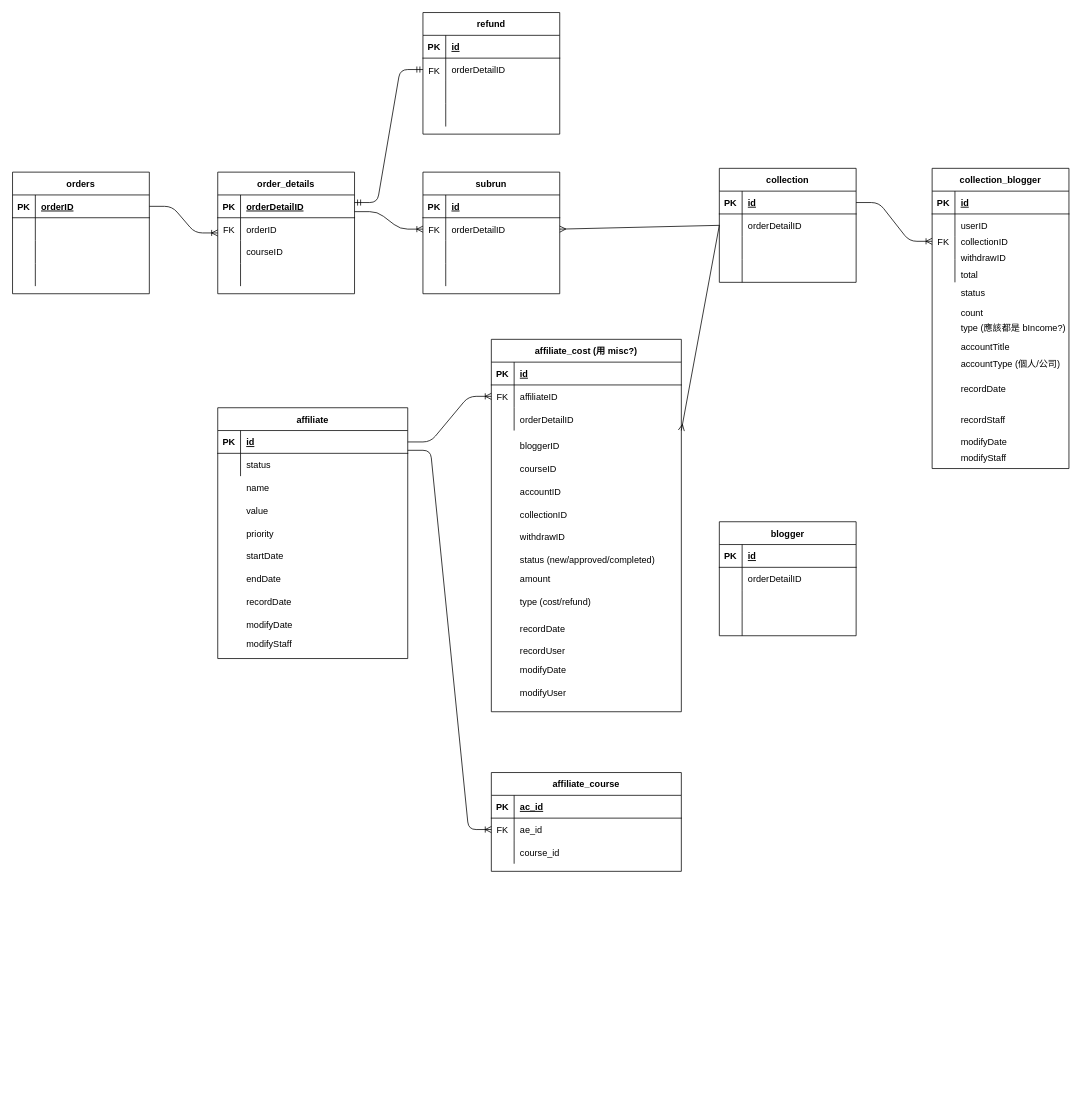
Earlier version of the draw.io diagram affiliate_ERD.drawio (BenmrChen/Draw.io). Source tidied: cells renumbered, new cells numbered last; positions are measured from the earlier drawing's top-left corner, leaving out a move shared by most shapes. Both pictures are drawn from the tidied source at 76%, with x=0, y=0 at pixel (12, 12).
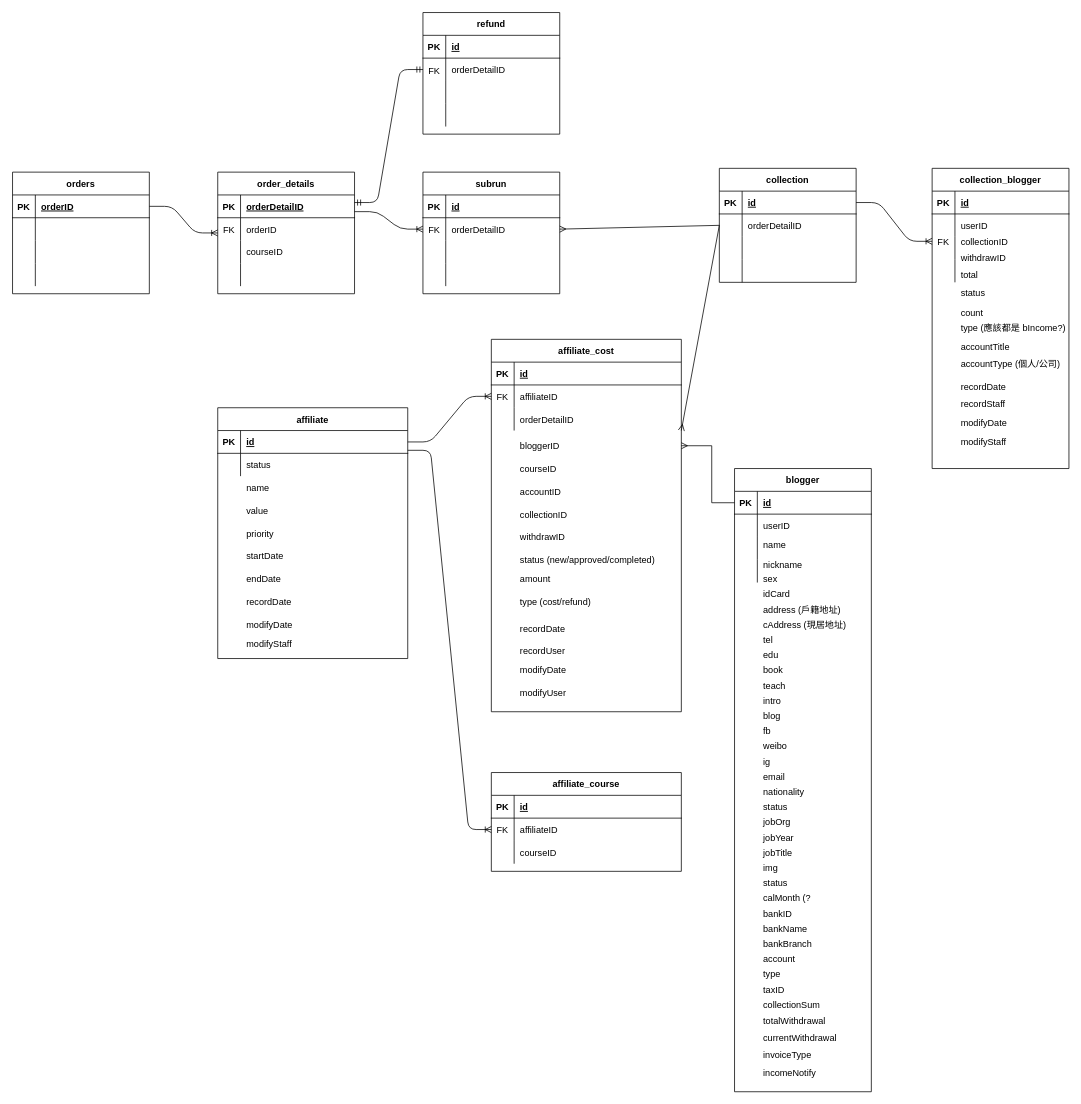
The same page after the edit.

The change refers to these unchanged cells:
```xml
<mxCell id="115" style="shape=partialRectangle;fillColor=none;top=0;left=0;right=0;bottom=1;" parent="114" vertex="1">
  <mxGeometry y="30" width="250" height="30" as="geometry" />
</mxCell>
<mxCell id="118" style="shape=partialRectangle;fillColor=none;points=[[0,0.5],[1,0.5]];portConstraint=eastwest;top=0;left=0;right=0;bottom=0;" parent="114" vertex="1">
  <mxGeometry y="60" width="250" height="30" as="geometry" />
</mxCell>
<mxCell id="121" style="shape=partialRectangle;fillColor=none;top=0;left=0;right=0;bottom=0;" parent="114" vertex="1">
  <mxGeometry y="90" width="250" height="30" as="geometry" />
</mxCell>
```

What changed in the source:
```diff
@@
-    <mxCell id="77" value="affiliate_cost (用 misc?)" style="shape=table;startSize=30;childLayout=tableLayout;rowLines=0;fontStyle=1;align=center;" parent="1" vertex="1">
+    <mxCell id="77" value="affiliate_cost" style="shape=table;startSize=30;childLayout=tableLayout;rowLines=0;fontStyle=1;align=center;" parent="1" vertex="1">
       <mxGeometry x="630" y="430" width="250" height="490" as="geometry" />
     </mxCell>
@@
-    <mxCell id="117" value="ac_id" style="shape=partialRectangle;overflow=hidden;fillColor=none;top=0;left=0;bottom=0;right=0;align=left;spacingLeft=6;fontStyle=5;" parent="115" vertex="1">
+    <mxCell id="117" value="id" style="shape=partialRectangle;overflow=hidden;fillColor=none;top=0;left=0;bottom=0;right=0;align=left;spacingLeft=6;fontStyle=5;" parent="115" vertex="1">
       <mxGeometry x="30" width="220" height="30" as="geometry" />
     </mxCell>
@@
-    <mxCell id="120" value="ae_id" style="shape=partialRectangle;overflow=hidden;fillColor=none;top=0;left=0;bottom=0;right=0;align=left;spacingLeft=6;" parent="118" vertex="1">
+    <mxCell id="120" value="affiliateID" style="shape=partialRectangle;overflow=hidden;fillColor=none;top=0;left=0;bottom=0;right=0;align=left;spacingLeft=6;" parent="118" vertex="1">
       <mxGeometry x="30" width="220" height="30" as="geometry" />
     </mxCell>
@@
-    <mxCell id="123" value="course_id" style="shape=partialRectangle;overflow=hidden;fillColor=none;top=0;left=0;bottom=0;right=0;align=left;spacingLeft=6;" parent="121" vertex="1">
+    <mxCell id="123" value="courseID" style="shape=partialRectangle;overflow=hidden;fillColor=none;top=0;left=0;bottom=0;right=0;align=left;spacingLeft=6;" parent="121" vertex="1">
       <mxGeometry x="30" width="220" height="30" as="geometry" />
     </mxCell>
@@
-    <mxCell id="125" value="blogger" style="shape=table;startSize=30;childLayout=tableLayout;rowLines=0;fontStyle=1;align=center;" parent="1" vertex="1">
-      <mxGeometry x="930" y="670" width="180" height="150" as="geometry" />
-    </mxCell>
-    <mxCell id="126" style="shape=partialRectangle;fillColor=none;top=0;left=0;bottom=1;right=0;points=[[0,0.5],[1,0.5]];portConstraint=eastwest;" parent="125" vertex="1">
-      <mxGeometry y="30" width="180" height="30" as="geometry" />
-    </mxCell>
-    <mxCell id="127" value="PK" style="shape=partialRectangle;fillColor=none;top=0;left=0;bottom=0;right=0;fontStyle=1;overflow=hidden;" parent="126" vertex="1">
-      <mxGeometry width="30" height="30" as="geometry" />
-    </mxCell>
-    <mxCell id="128" value="id" style="shape=partialRectangle;fillColor=none;top=0;left=0;bottom=0;right=0;align=left;spacingLeft=6;fontStyle=5;overflow=hidden;" parent="126" vertex="1">
-      <mxGeometry x="30" width="150" height="30" as="geometry" />
-    </mxCell>
-    <mxCell id="129" style="shape=partialRectangle;fillColor=none;top=0;left=0;bottom=0;right=0;" parent="125" vertex="1">
-      <mxGeometry y="60" width="180" height="30" as="geometry" />
-    </mxCell>
-    <mxCell id="130" style="shape=partialRectangle;fillColor=none;top=0;left=0;bottom=0;right=0;overflow=hidden;" parent="129" vertex="1">
-      <mxGeometry width="30" height="30" as="geometry" />
-    </mxCell>
-    <mxCell id="131" value="orderDetailID" style="shape=partialRectangle;fillColor=none;top=0;left=0;bottom=0;right=0;align=left;spacingLeft=6;overflow=hidden;" parent="129" vertex="1">
-      <mxGeometry x="30" width="150" height="30" as="geometry" />
-    </mxCell>
-    <mxCell id="132" style="shape=partialRectangle;fillColor=none;top=0;left=0;bottom=0;right=0;" parent="125" vertex="1">
-      <mxGeometry y="90" width="180" height="30" as="geometry" />
-    </mxCell>
-    <mxCell id="133" style="shape=partialRectangle;fillColor=none;top=0;left=0;bottom=0;right=0;overflow=hidden;" parent="132" vertex="1">
-      <mxGeometry width="30" height="30" as="geometry" />
-    </mxCell>
-    <mxCell id="134" style="shape=partialRectangle;fillColor=none;top=0;left=0;bottom=0;right=0;align=left;spacingLeft=6;overflow=hidden;" parent="132" vertex="1">
-      <mxGeometry x="30" width="150" height="30" as="geometry" />
-    </mxCell>
-    <mxCell id="135" style="shape=partialRectangle;fillColor=none;top=0;left=0;bottom=0;right=0;" parent="125" vertex="1">
-      <mxGeometry y="120" width="180" height="30" as="geometry" />
-    </mxCell>
-    <mxCell id="136" style="shape=partialRectangle;fillColor=none;top=0;left=0;bottom=0;right=0;overflow=hidden;" parent="135" vertex="1">
-      <mxGeometry width="30" height="30" as="geometry" />
-    </mxCell>
-    <mxCell id="137" style="shape=partialRectangle;fillColor=none;top=0;left=0;bottom=0;right=0;align=left;spacingLeft=6;overflow=hidden;" parent="135" vertex="1">
-      <mxGeometry x="30" width="150" height="30" as="geometry" />
-    </mxCell>
@@
     <mxCell id="169" value="recordDate" style="shape=partialRectangle;fillColor=none;top=0;left=0;bottom=0;right=0;align=left;spacingLeft=6;overflow=hidden;" parent="1" vertex="1">
-      <mxGeometry x="1240" y="480" width="150" height="30" as="geometry" />
+      <mxGeometry x="1240" y="477" width="150" height="30" as="geometry" />
     </mxCell>
     <mxCell id="170" value="recordStaff" style="shape=partialRectangle;fillColor=none;top=0;left=0;bottom=0;right=0;align=left;spacingLeft=6;overflow=hidden;" parent="1" vertex="1">
-      <mxGeometry x="1240" y="520" width="150" height="30" as="geometry" />
+      <mxGeometry x="1240" y="500" width="150" height="30" as="geometry" />
     </mxCell>
     <mxCell id="171" value="modifyDate" style="shape=partialRectangle;fillColor=none;top=0;left=0;bottom=0;right=0;align=left;spacingLeft=6;overflow=hidden;" parent="1" vertex="1">
-      <mxGeometry x="1240" y="550" width="150" height="30" as="geometry" />
+      <mxGeometry x="1240" y="525" width="150" height="30" as="geometry" />
     </mxCell>
     <mxCell id="172" value="modifyStaff" style="shape=partialRectangle;fillColor=none;top=0;left=0;bottom=0;right=0;align=left;spacingLeft=6;overflow=hidden;" parent="1" vertex="1">
-      <mxGeometry x="1240" y="570" width="150" height="30" as="geometry" />
+      <mxGeometry x="1240" y="550" width="150" height="30" as="geometry" />
     </mxCell>
+    <mxCell id="173" value="name" style="shape=partialRectangle;fillColor=none;top=0;left=0;bottom=0;right=0;align=left;spacingLeft=6;overflow=hidden;" parent="1" vertex="1">
+      <mxGeometry x="980" y="685" width="150" height="30" as="geometry" />
+    </mxCell>
+    <mxCell id="174" value="nickname" style="shape=partialRectangle;fillColor=none;top=0;left=0;bottom=0;right=0;align=left;spacingLeft=6;overflow=hidden;" parent="1" vertex="1">
+      <mxGeometry x="980" y="711" width="150" height="30" as="geometry" />
+    </mxCell>
+    <mxCell id="175" value="sex" style="shape=partialRectangle;fillColor=none;top=0;left=0;bottom=0;right=0;align=left;spacingLeft=6;overflow=hidden;" parent="1" vertex="1">
+      <mxGeometry x="980" y="730" width="150" height="30" as="geometry" />
+    </mxCell>
+    <mxCell id="176" value="idCard" style="shape=partialRectangle;fillColor=none;top=0;left=0;bottom=0;right=0;align=left;spacingLeft=6;overflow=hidden;" parent="1" vertex="1">
+      <mxGeometry x="980" y="750" width="150" height="30" as="geometry" />
+    </mxCell>
+    <mxCell id="177" value="address (戶籍地址)" style="shape=partialRectangle;fillColor=none;top=0;left=0;bottom=0;right=0;align=left;spacingLeft=6;overflow=hidden;" parent="1" vertex="1">
+      <mxGeometry x="980" y="770" width="150" height="30" as="geometry" />
+    </mxCell>
+    <mxCell id="178" value="cAddress (現居地址)" style="shape=partialRectangle;fillColor=none;top=0;left=0;bottom=0;right=0;align=left;spacingLeft=6;overflow=hidden;" parent="1" vertex="1">
+      <mxGeometry x="980" y="790" width="150" height="30" as="geometry" />
+    </mxCell>
+    <mxCell id="179" value="tel" style="shape=partialRectangle;fillColor=none;top=0;left=0;bottom=0;right=0;align=left;spacingLeft=6;overflow=hidden;" parent="1" vertex="1">
+      <mxGeometry x="980" y="810" width="150" height="30" as="geometry" />
+    </mxCell>
+    <mxCell id="180" value="edu" style="shape=partialRectangle;fillColor=none;top=0;left=0;bottom=0;right=0;align=left;spacingLeft=6;overflow=hidden;" parent="1" vertex="1">
+      <mxGeometry x="980" y="830" width="150" height="30" as="geometry" />
+    </mxCell>
+    <mxCell id="181" value="book" style="shape=partialRectangle;fillColor=none;top=0;left=0;bottom=0;right=0;align=left;spacingLeft=6;overflow=hidden;" parent="1" vertex="1">
+      <mxGeometry x="980" y="850" width="150" height="30" as="geometry" />
+    </mxCell>
+    <mxCell id="182" value="teach" style="shape=partialRectangle;fillColor=none;top=0;left=0;bottom=0;right=0;align=left;spacingLeft=6;overflow=hidden;" parent="1" vertex="1">
+      <mxGeometry x="980" y="870" width="150" height="30" as="geometry" />
+    </mxCell>
+    <mxCell id="183" value="intro" style="shape=partialRectangle;fillColor=none;top=0;left=0;bottom=0;right=0;align=left;spacingLeft=6;overflow=hidden;" parent="1" vertex="1">
+      <mxGeometry x="980" y="890" width="150" height="30" as="geometry" />
+    </mxCell>
+    <mxCell id="184" value="blog" style="shape=partialRectangle;fillColor=none;top=0;left=0;bottom=0;right=0;align=left;spacingLeft=6;overflow=hidden;" parent="1" vertex="1">
+      <mxGeometry x="980" y="910" width="150" height="30" as="geometry" />
+    </mxCell>
+    <mxCell id="185" value="fb" style="shape=partialRectangle;fillColor=none;top=0;left=0;bottom=0;right=0;align=left;spacingLeft=6;overflow=hidden;" parent="1" vertex="1">
+      <mxGeometry x="980" y="930" width="150" height="30" as="geometry" />
+    </mxCell>
+    <mxCell id="186" value="weibo" style="shape=partialRectangle;fillColor=none;top=0;left=0;bottom=0;right=0;align=left;spacingLeft=6;overflow=hidden;" parent="1" vertex="1">
+      <mxGeometry x="980" y="950" width="150" height="30" as="geometry" />
+    </mxCell>
+    <mxCell id="187" value="ig" style="shape=partialRectangle;fillColor=none;top=0;left=0;bottom=0;right=0;align=left;spacingLeft=6;overflow=hidden;" parent="1" vertex="1">
+      <mxGeometry x="980" y="970" width="150" height="30" as="geometry" />
+    </mxCell>
+    <mxCell id="188" value="email" style="shape=partialRectangle;fillColor=none;top=0;left=0;bottom=0;right=0;align=left;spacingLeft=6;overflow=hidden;" parent="1" vertex="1">
+      <mxGeometry x="980" y="990" width="150" height="30" as="geometry" />
+    </mxCell>
+    <mxCell id="189" value="nationality" style="shape=partialRectangle;fillColor=none;top=0;left=0;bottom=0;right=0;align=left;spacingLeft=6;overflow=hidden;" parent="1" vertex="1">
+      <mxGeometry x="980" y="1010" width="150" height="30" as="geometry" />
+    </mxCell>
+    <mxCell id="125" value="blogger" style="shape=table;startSize=30;childLayout=tableLayout;rowLines=0;fontStyle=1;align=center;" parent="1" vertex="1">
+      <mxGeometry x="950" y="600" width="180" height="820" as="geometry" />
+    </mxCell>
+    <mxCell id="126" style="shape=partialRectangle;fillColor=none;top=0;left=0;bottom=1;right=0;points=[[0,0.5],[1,0.5]];portConstraint=eastwest;" parent="125" vertex="1">
+      <mxGeometry y="30" width="180" height="30" as="geometry" />
+    </mxCell>
+    <mxCell id="127" value="PK" style="shape=partialRectangle;fillColor=none;top=0;left=0;bottom=0;right=0;fontStyle=1;overflow=hidden;" parent="126" vertex="1">
+      <mxGeometry width="30" height="30" as="geometry" />
+    </mxCell>
+    <mxCell id="128" value="id" style="shape=partialRectangle;fillColor=none;top=0;left=0;bottom=0;right=0;align=left;spacingLeft=6;fontStyle=5;overflow=hidden;" parent="126" vertex="1">
+      <mxGeometry x="30" width="150" height="30" as="geometry" />
+    </mxCell>
+    <mxCell id="129" style="shape=partialRectangle;fillColor=none;top=0;left=0;bottom=0;right=0;" parent="125" vertex="1">
+      <mxGeometry y="60" width="180" height="30" as="geometry" />
+    </mxCell>
+    <mxCell id="130" style="shape=partialRectangle;fillColor=none;top=0;left=0;bottom=0;right=0;overflow=hidden;" parent="129" vertex="1">
+      <mxGeometry width="30" height="30" as="geometry" />
+    </mxCell>
+    <mxCell id="131" value="userID" style="shape=partialRectangle;fillColor=none;top=0;left=0;bottom=0;right=0;align=left;spacingLeft=6;overflow=hidden;" parent="129" vertex="1">
+      <mxGeometry x="30" width="150" height="30" as="geometry" />
+    </mxCell>
+    <mxCell id="132" style="shape=partialRectangle;fillColor=none;top=0;left=0;bottom=0;right=0;" parent="125" vertex="1">
+      <mxGeometry y="90" width="180" height="30" as="geometry" />
+    </mxCell>
+    <mxCell id="133" style="shape=partialRectangle;fillColor=none;top=0;left=0;bottom=0;right=0;overflow=hidden;" parent="132" vertex="1">
+      <mxGeometry width="30" height="30" as="geometry" />
+    </mxCell>
+    <mxCell id="134" style="shape=partialRectangle;fillColor=none;top=0;left=0;bottom=0;right=0;align=left;spacingLeft=6;overflow=hidden;" parent="132" vertex="1">
+      <mxGeometry x="30" width="150" height="30" as="geometry" />
+    </mxCell>
+    <mxCell id="135" style="shape=partialRectangle;fillColor=none;top=0;left=0;bottom=0;right=0;" parent="125" vertex="1">
+      <mxGeometry y="120" width="180" height="30" as="geometry" />
+    </mxCell>
+    <mxCell id="136" style="shape=partialRectangle;fillColor=none;top=0;left=0;bottom=0;right=0;overflow=hidden;" parent="135" vertex="1">
+      <mxGeometry width="30" height="30" as="geometry" />
+    </mxCell>
+    <mxCell id="137" style="shape=partialRectangle;fillColor=none;top=0;left=0;bottom=0;right=0;align=left;spacingLeft=6;overflow=hidden;" parent="135" vertex="1">
+      <mxGeometry x="30" width="150" height="30" as="geometry" />
+    </mxCell>
+    <mxCell id="190" value="status" style="shape=partialRectangle;fillColor=none;top=0;left=0;bottom=0;right=0;align=left;spacingLeft=6;overflow=hidden;" parent="1" vertex="1">
+      <mxGeometry x="980" y="1030" width="150" height="30" as="geometry" />
+    </mxCell>
+    <mxCell id="191" value="jobOrg" style="shape=partialRectangle;fillColor=none;top=0;left=0;bottom=0;right=0;align=left;spacingLeft=6;overflow=hidden;" parent="1" vertex="1">
+      <mxGeometry x="980" y="1050" width="150" height="30" as="geometry" />
+    </mxCell>
+    <mxCell id="192" value="jobYear" style="shape=partialRectangle;fillColor=none;top=0;left=0;bottom=0;right=0;align=left;spacingLeft=6;overflow=hidden;" parent="1" vertex="1">
+      <mxGeometry x="980" y="1070" width="150" height="30" as="geometry" />
+    </mxCell>
+    <mxCell id="193" value="jobTitle" style="shape=partialRectangle;fillColor=none;top=0;left=0;bottom=0;right=0;align=left;spacingLeft=6;overflow=hidden;" parent="1" vertex="1">
+      <mxGeometry x="980" y="1090" width="150" height="30" as="geometry" />
+    </mxCell>
+    <mxCell id="194" value="img" style="shape=partialRectangle;fillColor=none;top=0;left=0;bottom=0;right=0;align=left;spacingLeft=6;overflow=hidden;" parent="1" vertex="1">
+      <mxGeometry x="980" y="1110" width="150" height="30" as="geometry" />
+    </mxCell>
+    <mxCell id="195" value="status" style="shape=partialRectangle;fillColor=none;top=0;left=0;bottom=0;right=0;align=left;spacingLeft=6;overflow=hidden;" parent="1" vertex="1">
+      <mxGeometry x="980" y="1130" width="150" height="30" as="geometry" />
+    </mxCell>
+    <mxCell id="196" value="calMonth (?" style="shape=partialRectangle;fillColor=none;top=0;left=0;bottom=0;right=0;align=left;spacingLeft=6;overflow=hidden;" parent="1" vertex="1">
+      <mxGeometry x="980" y="1150" width="150" height="30" as="geometry" />
+    </mxCell>
+    <mxCell id="197" value="bankID" style="shape=partialRectangle;fillColor=none;top=0;left=0;bottom=0;right=0;align=left;spacingLeft=6;overflow=hidden;" parent="1" vertex="1">
+      <mxGeometry x="980" y="1170" width="150" height="30" as="geometry" />
+    </mxCell>
+    <mxCell id="198" value="bankName" style="shape=partialRectangle;fillColor=none;top=0;left=0;bottom=0;right=0;align=left;spacingLeft=6;overflow=hidden;" parent="1" vertex="1">
+      <mxGeometry x="980" y="1190" width="150" height="30" as="geometry" />
+    </mxCell>
+    <mxCell id="199" value="bankBranch" style="shape=partialRectangle;fillColor=none;top=0;left=0;bottom=0;right=0;align=left;spacingLeft=6;overflow=hidden;" parent="1" vertex="1">
+      <mxGeometry x="980" y="1210" width="150" height="30" as="geometry" />
+    </mxCell>
+    <mxCell id="200" value="account" style="shape=partialRectangle;fillColor=none;top=0;left=0;bottom=0;right=0;align=left;spacingLeft=6;overflow=hidden;" parent="1" vertex="1">
+      <mxGeometry x="980" y="1230" width="150" height="30" as="geometry" />
+    </mxCell>
+    <mxCell id="201" value="type" style="shape=partialRectangle;fillColor=none;top=0;left=0;bottom=0;right=0;align=left;spacingLeft=6;overflow=hidden;" parent="1" vertex="1">
+      <mxGeometry x="980" y="1250" width="150" height="30" as="geometry" />
+    </mxCell>
+    <mxCell id="202" value="taxID" style="shape=partialRectangle;fillColor=none;top=0;left=0;bottom=0;right=0;align=left;spacingLeft=6;overflow=hidden;" parent="1" vertex="1">
+      <mxGeometry x="980" y="1270" width="150" height="30" as="geometry" />
+    </mxCell>
+    <mxCell id="203" value="collectionSum" style="shape=partialRectangle;fillColor=none;top=0;left=0;bottom=0;right=0;align=left;spacingLeft=6;overflow=hidden;" parent="1" vertex="1">
+      <mxGeometry x="980" y="1290" width="150" height="30" as="geometry" />
+    </mxCell>
+    <mxCell id="204" value="totalWithdrawal" style="shape=partialRectangle;fillColor=none;top=0;left=0;bottom=0;right=0;align=left;spacingLeft=6;overflow=hidden;" parent="1" vertex="1">
+      <mxGeometry x="980" y="1312" width="150" height="30" as="geometry" />
+    </mxCell>
+    <mxCell id="205" value="currentWithdrawal" style="shape=partialRectangle;fillColor=none;top=0;left=0;bottom=0;right=0;align=left;spacingLeft=6;overflow=hidden;" parent="1" vertex="1">
+      <mxGeometry x="980" y="1334" width="150" height="30" as="geometry" />
+    </mxCell>
+    <mxCell id="206" value="invoiceType" style="shape=partialRectangle;fillColor=none;top=0;left=0;bottom=0;right=0;align=left;spacingLeft=6;overflow=hidden;" parent="1" vertex="1">
+      <mxGeometry x="980" y="1356" width="150" height="30" as="geometry" />
+    </mxCell>
+    <mxCell id="207" value="incomeNotify" style="shape=partialRectangle;fillColor=none;top=0;left=0;bottom=0;right=0;align=left;spacingLeft=6;overflow=hidden;" parent="1" vertex="1">
+      <mxGeometry x="980" y="1380" width="150" height="30" as="geometry" />
+    </mxCell>
+    <mxCell id="208" style="endArrow=ERmany;html=1;rounded=0;endFill=0;edgeStyle=orthogonalEdgeStyle;exitX=0;exitY=0.5;exitDx=0;exitDy=0;" parent="1" edge="1" source="126">
+      <mxGeometry relative="1" as="geometry">
+        <mxPoint x="880" y="570" as="targetPoint" />
+        <Array as="points">
+          <mxPoint x="920" y="645" />
+          <mxPoint x="920" y="570" />
+        </Array>
+      </mxGeometry>
+    </mxCell>
```
